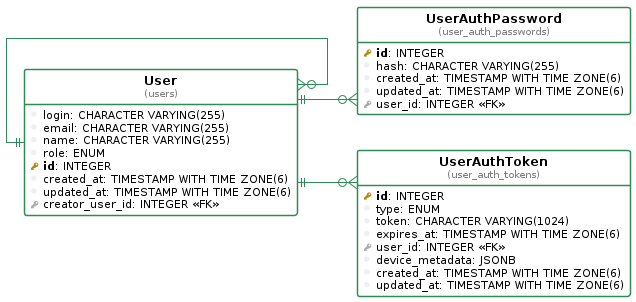
The PlantUML diagram docs/diagram.png in hotsezus/nestjs-template, before a commit.
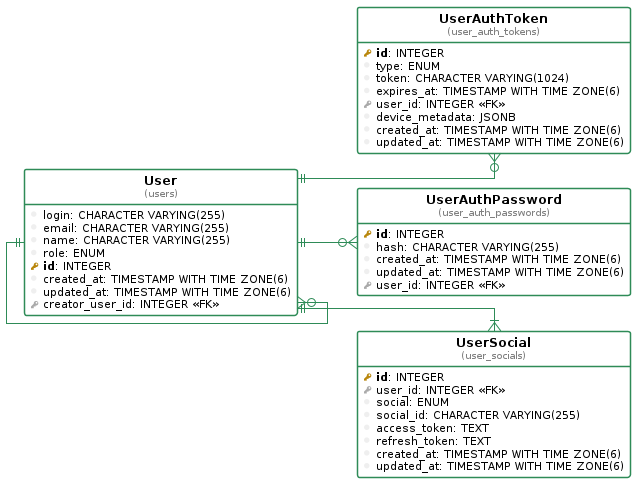
The same file after the commit.

Change to the diagram source:
```diff
@@ -23,14 +23,6 @@
 }
 
 
-table( UserAuthPassword, user_auth_passwords ) as user_auth_passwords {
-  pkey( id ): INTEGER
-  column( hash ): CHARACTER VARYING(255)
-  column( created_at ): TIMESTAMP WITH TIME ZONE(6)
-  column( updated_at ): TIMESTAMP WITH TIME ZONE(6)
-  fkey( user_id ): INTEGER <<FK>>
-}
-
 table( UserAuthToken, user_auth_tokens ) as user_auth_tokens {
   pkey( id ): INTEGER
   column( type ): ENUM
@@ -40,6 +32,14 @@
   column( device_metadata ): JSONB
   column( created_at ): TIMESTAMP WITH TIME ZONE(6)
   column( updated_at ): TIMESTAMP WITH TIME ZONE(6)
+}
+
+table( UserAuthPassword, user_auth_passwords ) as user_auth_passwords {
+  pkey( id ): INTEGER
+  column( hash ): CHARACTER VARYING(255)
+  column( created_at ): TIMESTAMP WITH TIME ZONE(6)
+  column( updated_at ): TIMESTAMP WITH TIME ZONE(6)
+  fkey( user_id ): INTEGER <<FK>>
 }
 
 table( User, users ) as users {
@@ -53,7 +53,19 @@
   fkey( creator_user_id ): INTEGER <<FK>>
 }
 
-users ||--o{ user_auth_passwords
-users ||--o{ user_auth_tokens
-users ||--o{ users
+table( UserSocial, user_socials ) as user_socials {
+  pkey( id ): INTEGER
+  fkey( user_id ): INTEGER <<FK>>
+  column( social ): ENUM
+  column( social_id ): CHARACTER VARYING(255)
+  column( access_token ): TEXT
+  column( refresh_token ): TEXT
+  column( created_at ): TIMESTAMP WITH TIME ZONE(6)
+  column( updated_at ): TIMESTAMP WITH TIME ZONE(6)
+}
+
+"users" ||--o{ "user_auth_tokens"
+"users" ||--o{ "user_auth_passwords"
+"users" ||--o{ "users"
+"users" ||--|{ "user_socials"
 @enduml
```
